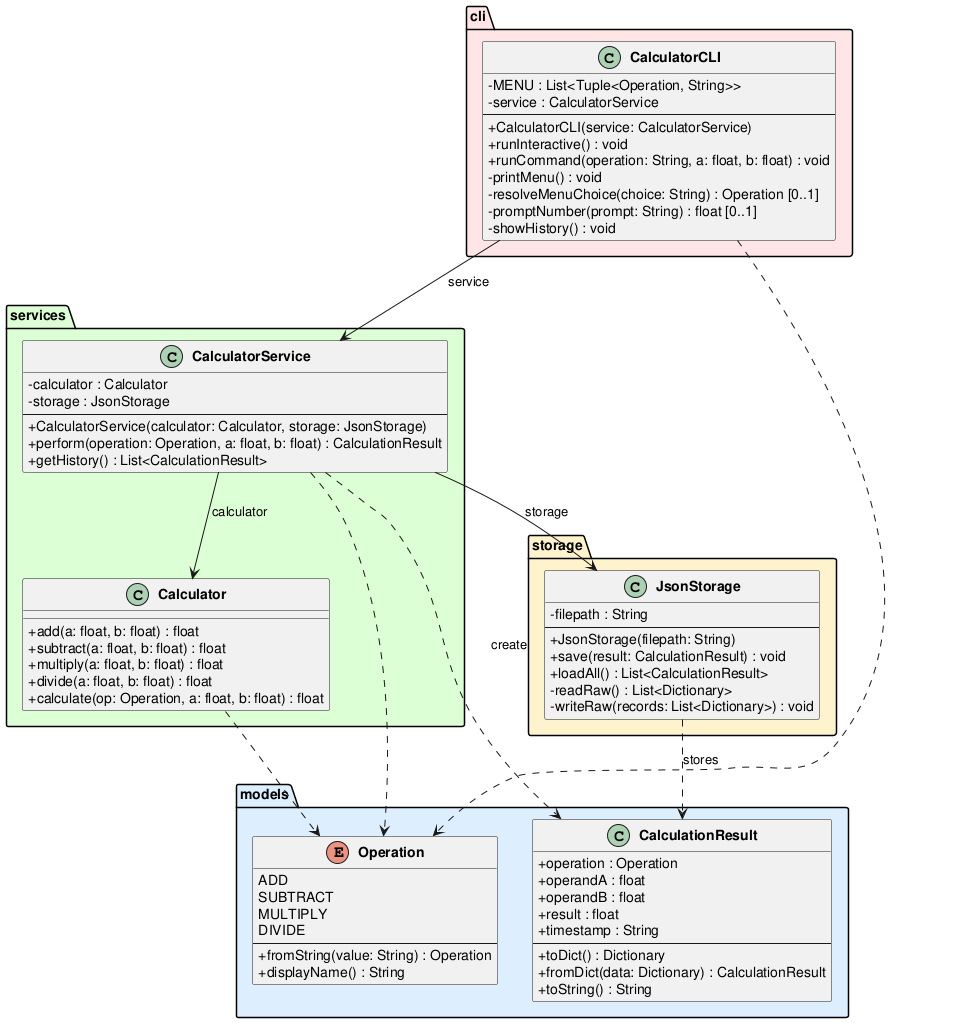
The PlantUML diagram experiments/broadcast/user_stories/calculator/artifacts/class_diagram.png in DanielRiha8906/Software_autoevolution_using_agents, before a commit.
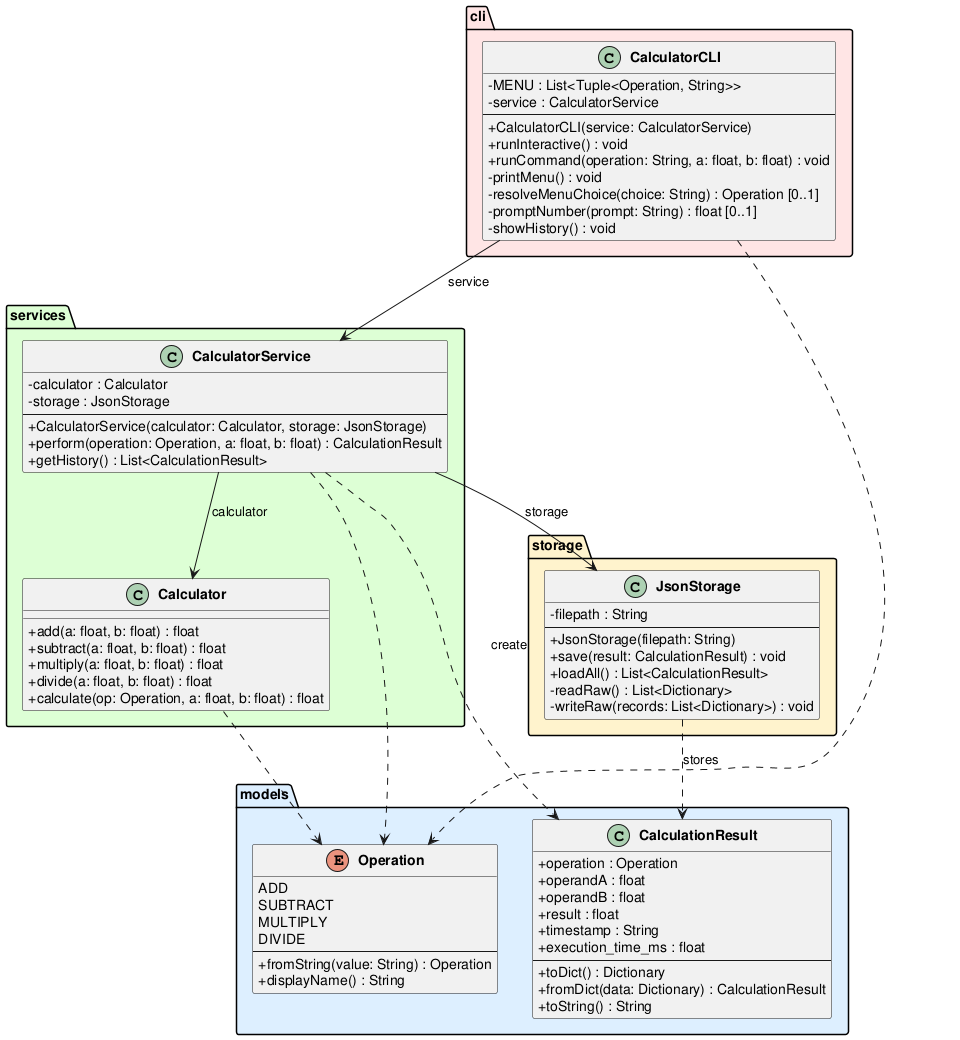
The same file after the commit.

Change to the diagram source:
```diff
@@ -20,6 +20,7 @@
         +operandB : float
         +result : float
         +timestamp : String
+        +execution_time_ms : float
         --
         +toDict() : Dictionary
         +fromDict(data: Dictionary) : CalculationResult
```
